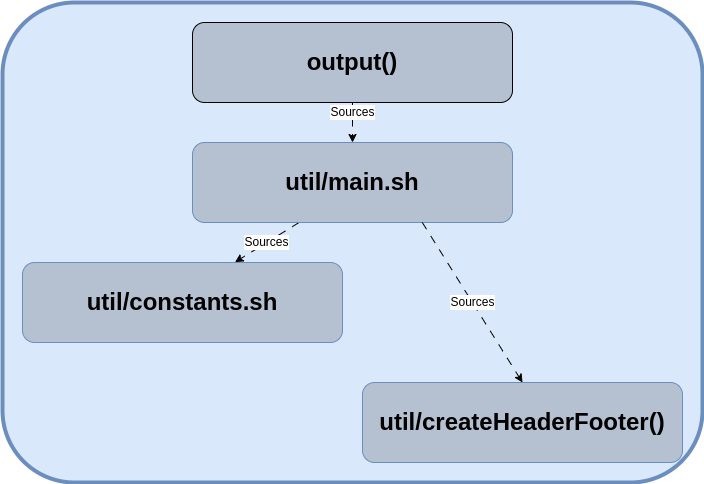
ReedClanton/bash_base keeps this draw.io diagram as docs/diagrams/output.png. Above is the earlier version. Source tidied: cells renumbered, new cells last; positions are measured from the earlier drawing's top-left corner, leaving out a move shared by most shapes.
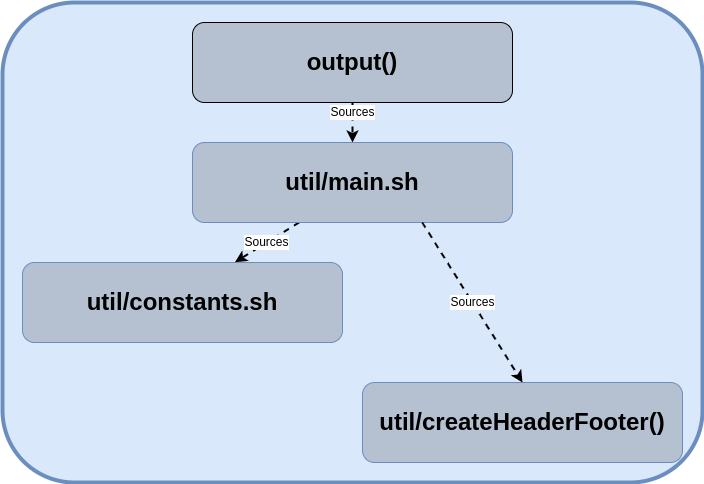
After the commit.

What changed in the source:
```diff
@@ -17,16 +17,16 @@
     <mxCell id="6" value="&lt;h1&gt;util/constants.sh&lt;/h1&gt;" style="rounded=1;whiteSpace=wrap;html=1;fillColor=#B5C1D1;strokeColor=#6c8ebf;" parent="2" vertex="1">
       <mxGeometry x="20" y="260" width="320" height="80" as="geometry" />
     </mxCell>
-    <mxCell id="7" value="&lt;font style=&quot;font-size: 12px;&quot;&gt;Sources&lt;/font&gt;" style="endArrow=classic;html=1;rounded=0;exitX=0.333;exitY=1;exitDx=0;exitDy=0;exitPerimeter=0;entryX=0.664;entryY=-0.004;entryDx=0;entryDy=0;entryPerimeter=0;dashed=1;dashPattern=8 8;" parent="2" edge="1" source="9" target="6">
+    <mxCell id="7" value="&lt;font style=&quot;font-size: 12px;&quot;&gt;Sources&lt;/font&gt;" style="endArrow=classic;html=1;rounded=0;exitX=0.333;exitY=1;exitDx=0;exitDy=0;exitPerimeter=0;entryX=0.664;entryY=-0.004;entryDx=0;entryDy=0;entryPerimeter=0;dashed=1;strokeWidth=2;" parent="2" edge="1" source="9" target="6">
       <mxGeometry relative="1" as="geometry" />
     </mxCell>
-    <mxCell id="8" value="&lt;font style=&quot;font-size: 12px;&quot;&gt;Sources&lt;/font&gt;" style="endArrow=classic;html=1;rounded=0;exitX=0.5;exitY=1;exitDx=0;exitDy=0;entryX=0.5;entryY=0;entryDx=0;entryDy=0;dashed=1;dashPattern=8 8;" parent="2" edge="1" source="4" target="9">
+    <mxCell id="8" value="&lt;font style=&quot;font-size: 12px;&quot;&gt;Sources&lt;/font&gt;" style="endArrow=classic;html=1;rounded=0;exitX=0.5;exitY=1;exitDx=0;exitDy=0;entryX=0.5;entryY=0;entryDx=0;entryDy=0;dashed=1;strokeWidth=2;" parent="2" edge="1" source="4" target="9">
       <mxGeometry x="-0.5" relative="1" as="geometry" />
     </mxCell>
     <mxCell id="9" value="&lt;h1&gt;util/main.sh&lt;/h1&gt;" style="rounded=1;whiteSpace=wrap;html=1;fillColor=#B5C1D1;strokeColor=#6c8ebf;" parent="2" vertex="1">
       <mxGeometry x="190" y="140" width="320" height="80" as="geometry" />
     </mxCell>
-    <mxCell id="10" value="&lt;font style=&quot;font-size: 12px;&quot;&gt;Sources&lt;/font&gt;" style="endArrow=classic;html=1;rounded=0;exitX=0.718;exitY=0.999;exitDx=0;exitDy=0;exitPerimeter=0;entryX=0.5;entryY=0;entryDx=0;entryDy=0;dashed=1;dashPattern=8 8;" parent="2" edge="1" source="9" target="5">
+    <mxCell id="10" value="&lt;font style=&quot;font-size: 12px;&quot;&gt;Sources&lt;/font&gt;" style="endArrow=classic;html=1;rounded=0;exitX=0.718;exitY=0.999;exitDx=0;exitDy=0;exitPerimeter=0;entryX=0.5;entryY=0;entryDx=0;entryDy=0;dashed=1;strokeWidth=2;" parent="2" edge="1" source="9" target="5">
       <mxGeometry relative="1" as="geometry" />
     </mxCell>
   </root>
```
